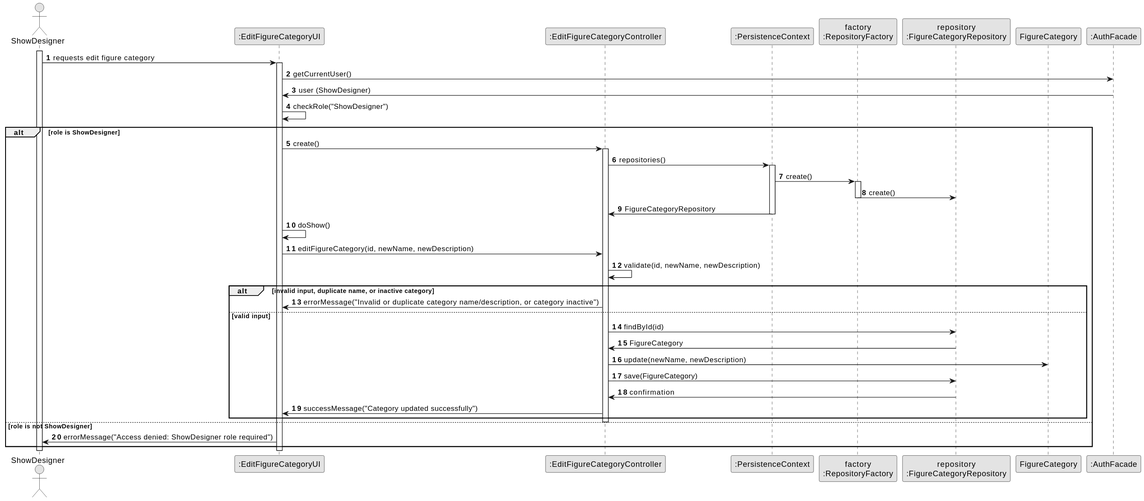
This is docs/planning/sprint2/EAPLI/US246 - Edit figure category/03.design/svg/us246-sequence-diagram-full.svg from SAEmanuel/Shodrone_ISEP, a PlantUML export, as it was before one commit. The source it was exported from:
```plantuml
@startuml
skinparam monochrome true
skinparam packageStyle rectangle
skinparam shadowing false

autonumber

actor "ShowDesigner" as ACTOR
participant ":EditFigureCategoryUI" as UI
participant ":EditFigureCategoryController" as CTRL
participant ":PersistenceContext" as PC
participant "factory\n:RepositoryFactory" as FACTORY_INSTANCE
participant "repository\n:FigureCategoryRepository" as REPO
participant "FigureCategory" as FigureCategory
participant ":AuthFacade" as AuthFacade

activate ACTOR

ACTOR -> UI : requests edit figure category

activate UI
UI -> AuthFacade: getCurrentUser()
AuthFacade -> UI: user (ShowDesigner)
UI -> UI: checkRole("ShowDesigner")
alt role is ShowDesigner
    UI -> CTRL : create()

    activate CTRL
    CTRL -> PC: repositories()
    activate PC
    PC -> FACTORY_INSTANCE: create()
    activate FACTORY_INSTANCE
    FACTORY_INSTANCE -> REPO: create()
    deactivate FACTORY_INSTANCE
    PC -> CTRL: FigureCategoryRepository
    deactivate PC

    UI -> UI: doShow()

    UI -> CTRL: editFigureCategory(id, newName, newDescription)
    CTRL -> CTRL: validate(id, newName, newDescription)
    alt invalid input, duplicate name, or inactive category
        CTRL -> UI: errorMessage("Invalid or duplicate category name/description, or category inactive")
    else valid input
        CTRL -> REPO: findById(id)
        REPO -> CTRL: FigureCategory
        CTRL -> FigureCategory: update(newName, newDescription)
        CTRL -> REPO: save(FigureCategory)
        REPO -> CTRL: confirmation
        CTRL -> UI: successMessage("Category updated successfully")
    end

    deactivate CTRL
else role is not ShowDesigner
    UI -> ACTOR: errorMessage("Access denied: ShowDesigner role required")
end

deactivate UI
deactivate ACTOR
@enduml
```
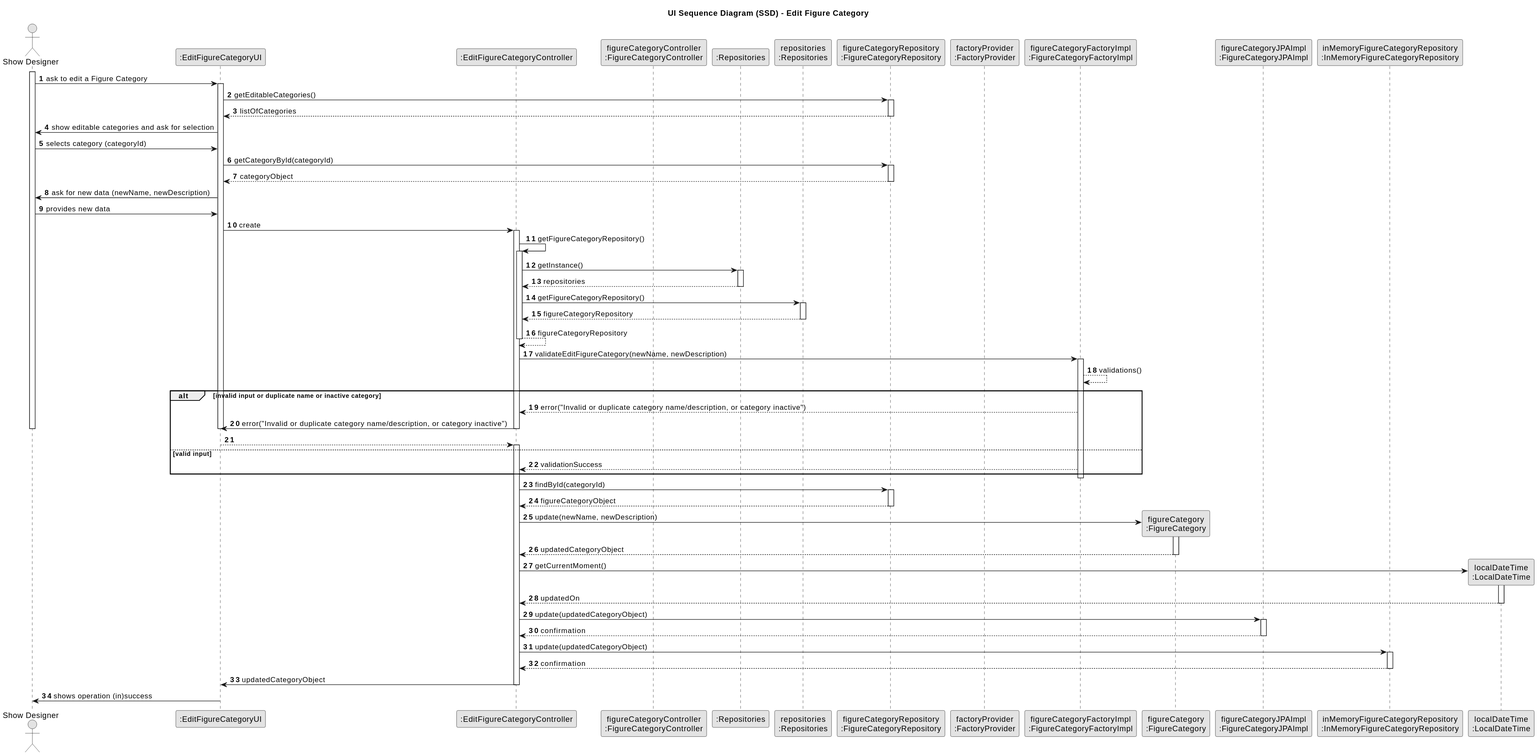
Above is the later version.

Commit message:
us246: add generated sequence diagram image for Edit Figure Category

Added the generated image (SVG) of the UI sequence diagram for US246 to the documentation assets.

Related to: #1/#24/#33

Diff of the diagram source:
```diff
@@ -3,58 +3,114 @@
 skinparam packageStyle rectangle
 skinparam shadowing false
 
+title UI Sequence Diagram (SSD) - Edit Figure Category
+
 autonumber
 
-actor "ShowDesigner" as ACTOR
+actor "Show Designer" as showDesigner
 participant ":EditFigureCategoryUI" as UI
 participant ":EditFigureCategoryController" as CTRL
-participant ":PersistenceContext" as PC
-participant "factory\n:RepositoryFactory" as FACTORY_INSTANCE
-participant "repository\n:FigureCategoryRepository" as REPO
-participant "FigureCategory" as FigureCategory
-participant ":AuthFacade" as AuthFacade
+participant "figureCategoryController\n:FigureCategoryController" as catCtrl
+participant ":Repositories" as RepositorySingleton
+participant "repositories\n:Repositories" as PLAT
+participant "figureCategoryRepository\n:FigureCategoryRepository" as catRepo
 
-activate ACTOR
+participant "factoryProvider\n:FactoryProvider" as factProv
+participant "figureCategoryFactoryImpl\n:FigureCategoryFactoryImpl" as catFactImpl
+participant "figureCategory\n:FigureCategory" as figureCategory
+participant "figureCategoryJPAImpl\n:FigureCategoryJPAImpl" as catJPA
+participant "inMemoryFigureCategoryRepository\n:InMemoryFigureCategoryRepository" as catMem
 
-ACTOR -> UI : requests edit figure category
+participant "localDateTime\n:LocalDateTime" as localTime
 
-activate UI
-UI -> AuthFacade: getCurrentUser()
-AuthFacade -> UI: user (ShowDesigner)
-UI -> UI: checkRole("ShowDesigner")
-alt role is ShowDesigner
-    UI -> CTRL : create()
+activate showDesigner
 
+    showDesigner -> UI : ask to edit a Figure Category
+    activate UI
+
+    UI -> catRepo : getEditableCategories()
+    activate catRepo
+        catRepo --> UI : listOfCategories
+    deactivate catRepo
+
+    UI -> showDesigner : show editable categories and ask for selection
+    showDesigner -> UI : selects category (categoryId)
+
+    UI -> catRepo : getCategoryById(categoryId)
+    activate catRepo
+        catRepo --> UI : categoryObject
+    deactivate catRepo
+
+    UI -> showDesigner : ask for new data (newName, newDescription)
+    showDesigner -> UI : provides new data
+
+    UI -> CTRL : create
     activate CTRL
-    CTRL -> PC: repositories()
-    activate PC
-    PC -> FACTORY_INSTANCE: create()
-    activate FACTORY_INSTANCE
-    FACTORY_INSTANCE -> REPO: create()
-    deactivate FACTORY_INSTANCE
-    PC -> CTRL: FigureCategoryRepository
-    deactivate PC
 
-    UI -> UI: doShow()
+        CTRL -> CTRL : getFigureCategoryRepository()
+        activate CTRL
 
-    UI -> CTRL: editFigureCategory(id, newName, newDescription)
-    CTRL -> CTRL: validate(id, newName, newDescription)
-    alt invalid input, duplicate name, or inactive category
-        CTRL -> UI: errorMessage("Invalid or duplicate category name/description, or category inactive")
-    else valid input
-        CTRL -> REPO: findById(id)
-        REPO -> CTRL: FigureCategory
-        CTRL -> FigureCategory: update(newName, newDescription)
-        CTRL -> REPO: save(FigureCategory)
-        REPO -> CTRL: confirmation
-        CTRL -> UI: successMessage("Category updated successfully")
-    end
+            CTRL -> RepositorySingleton : getInstance()
+            activate RepositorySingleton
 
+                RepositorySingleton --> CTRL: repositories
+            deactivate RepositorySingleton
+
+            CTRL -> PLAT : getFigureCategoryRepository()
+            activate PLAT
+
+                PLAT --> CTRL: figureCategoryRepository
+            deactivate PLAT
+            CTRL --> CTRL : figureCategoryRepository
+
+        deactivate CTRL
+
+        CTRL -> catFactImpl : validateEditFigureCategory(newName, newDescription)
+        activate catFactImpl
+            catFactImpl --> catFactImpl : validations()
+            alt invalid input or duplicate name or inactive category
+                catFactImpl --> CTRL : error("Invalid or duplicate category name/description, or category inactive")
+                CTRL -> UI : error("Invalid or duplicate category name/description, or category inactive")
+                deactivate CTRL
+                deactivate UI
+                deactivate showDesigner
+                return
+            else valid input
+            activate CTRL
+                catFactImpl --> CTRL : validationSuccess
+            end
+        deactivate catFactImpl
+
+        CTRL -> catRepo : findById(categoryId)
+        activate catRepo
+            catRepo --> CTRL : figureCategoryObject
+        deactivate catRepo
+
+        CTRL -> figureCategory** : update(newName, newDescription)
+        activate figureCategory
+            figureCategory --> CTRL : updatedCategoryObject
+        deactivate figureCategory
+
+        CTRL -> localTime** : getCurrentMoment()
+        activate localTime
+            localTime --> CTRL : updatedOn
+        deactivate localTime
+
+        CTRL -> catJPA : update(updatedCategoryObject)
+        activate catJPA
+            catJPA --> CTRL : confirmation
+        deactivate catJPA
+
+        CTRL -> catMem : update(updatedCategoryObject)
+        activate catMem
+            catMem --> CTRL : confirmation
+        deactivate catMem
+
+        CTRL -> UI : updatedCategoryObject
     deactivate CTRL
-else role is not ShowDesigner
-    UI -> ACTOR: errorMessage("Access denied: ShowDesigner role required")
-end
+
+    UI -> showDesigner : shows operation (in)success
 
 deactivate UI
-deactivate ACTOR
+deactivate showDesigner
 @enduml
```
